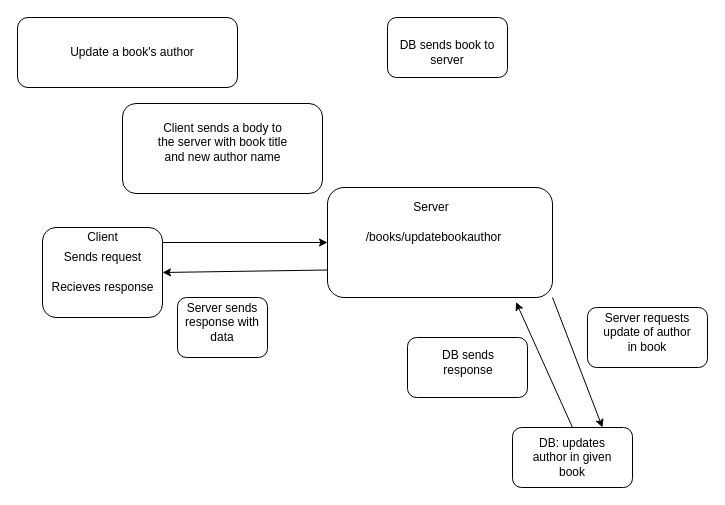
The draw.io diagram page "update" (4 of 4) of crudbookdesign/diagrams.drawio in mz106/week-7-repo-beta, before the edit. Source tidied: cells renumbered, new cells numbered last; positions are measured from the earlier drawing's top-left corner, leaving out a move shared by most shapes. Both pictures are drawn from the tidied source at 100%, with x=0, y=0 at pixel (17, 17).
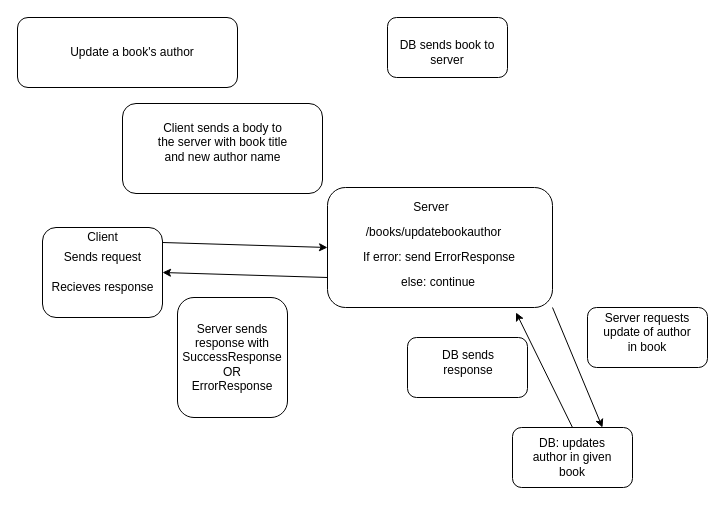
Above is the later version.

What changed in the source:
```diff
@@
     <mxCell id="9" style="rounded=1;whiteSpace=wrap;html=1;" parent="1" vertex="1">
-      <mxGeometry x="310" y="170" width="225" height="110" as="geometry" />
+      <mxGeometry x="310" y="170" width="225" height="120" as="geometry" />
     </mxCell>
     <mxCell id="10" value="/books/updatebookauthor" style="text;html=1;strokeColor=none;fillColor=none;align=center;verticalAlign=middle;whiteSpace=wrap;rounded=0;" parent="1" vertex="1">
-      <mxGeometry x="348" y="205" width="137" height="30" as="geometry" />
+      <mxGeometry x="348" y="200" width="137" height="30" as="geometry" />
     </mxCell>
@@
     <mxCell id="18" style="rounded=1;whiteSpace=wrap;html=1;" parent="1" vertex="1">
-      <mxGeometry x="160" y="280" width="90" height="60" as="geometry" />
+      <mxGeometry x="160" y="280" width="110" height="120" as="geometry" />
     </mxCell>
-    <mxCell id="19" value="Server sends response with data" style="text;html=1;strokeColor=none;fillColor=none;align=center;verticalAlign=middle;whiteSpace=wrap;rounded=0;" parent="1" vertex="1">
-      <mxGeometry x="160" y="290" width="90" height="30" as="geometry" />
+    <mxCell id="19" value="Server sends response with SuccessResponse&lt;br&gt;OR&lt;br&gt;ErrorResponse" style="text;html=1;strokeColor=none;fillColor=none;align=center;verticalAlign=middle;whiteSpace=wrap;rounded=0;" parent="1" vertex="1">
+      <mxGeometry x="165" y="285" width="100" height="110" as="geometry" />
     </mxCell>
@@
+    <mxCell id="27" value="If error: send ErrorResponse" style="text;html=1;strokeColor=none;fillColor=none;align=center;verticalAlign=middle;whiteSpace=wrap;rounded=0;" parent="1" vertex="1">
+      <mxGeometry x="324" y="225" width="196" height="30" as="geometry" />
+    </mxCell>
+    <mxCell id="28" value="else: continue" style="text;html=1;strokeColor=none;fillColor=none;align=center;verticalAlign=middle;whiteSpace=wrap;rounded=0;" parent="1" vertex="1">
+      <mxGeometry x="340.5" y="250" width="159.5" height="30" as="geometry" />
+    </mxCell>
```
